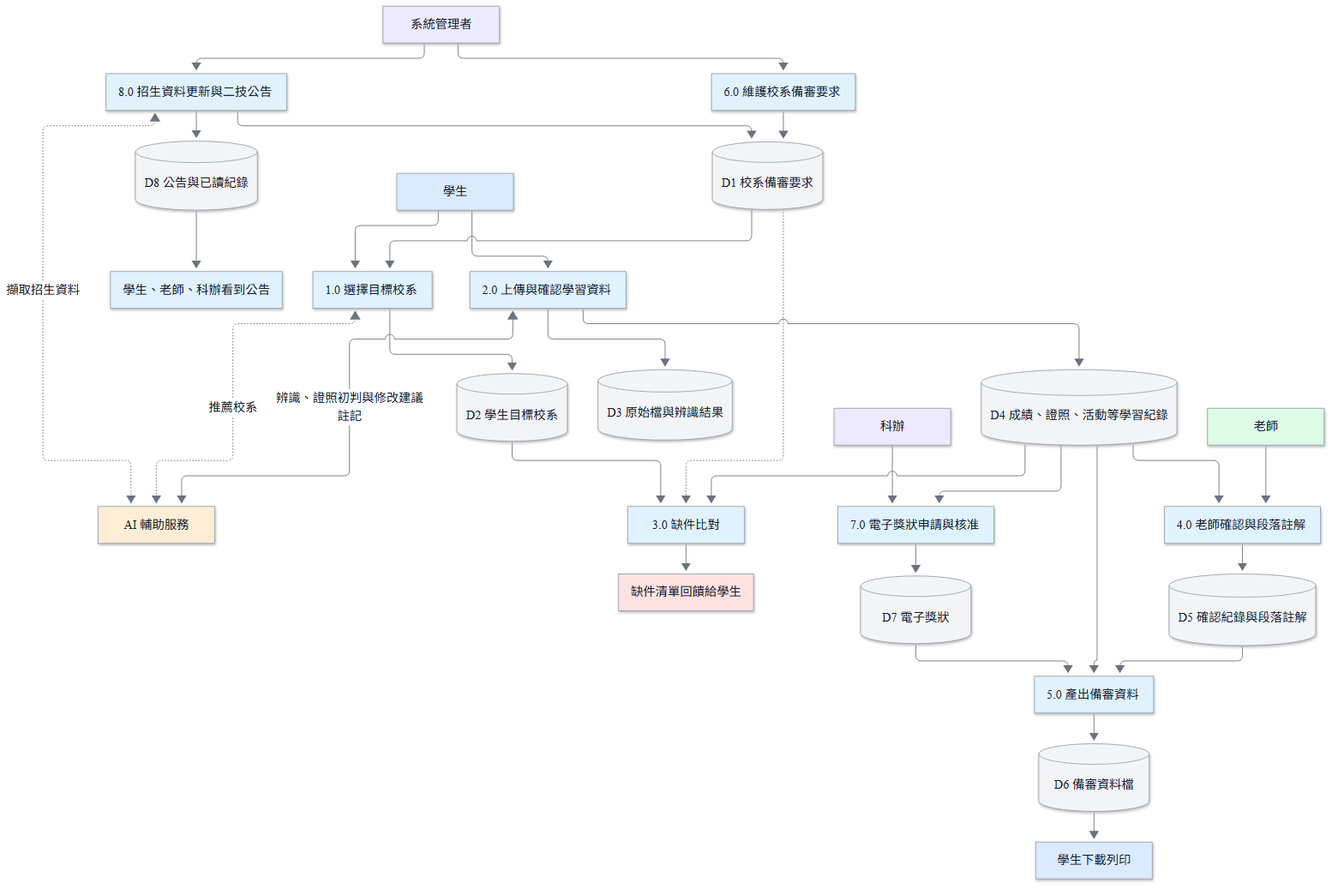
Earlier version of the Mermaid export docs/images/D-06-dfd.png (vujhdcusa/1028). Its source is kept beside it as docs/images/D-06-dfd.mmd.
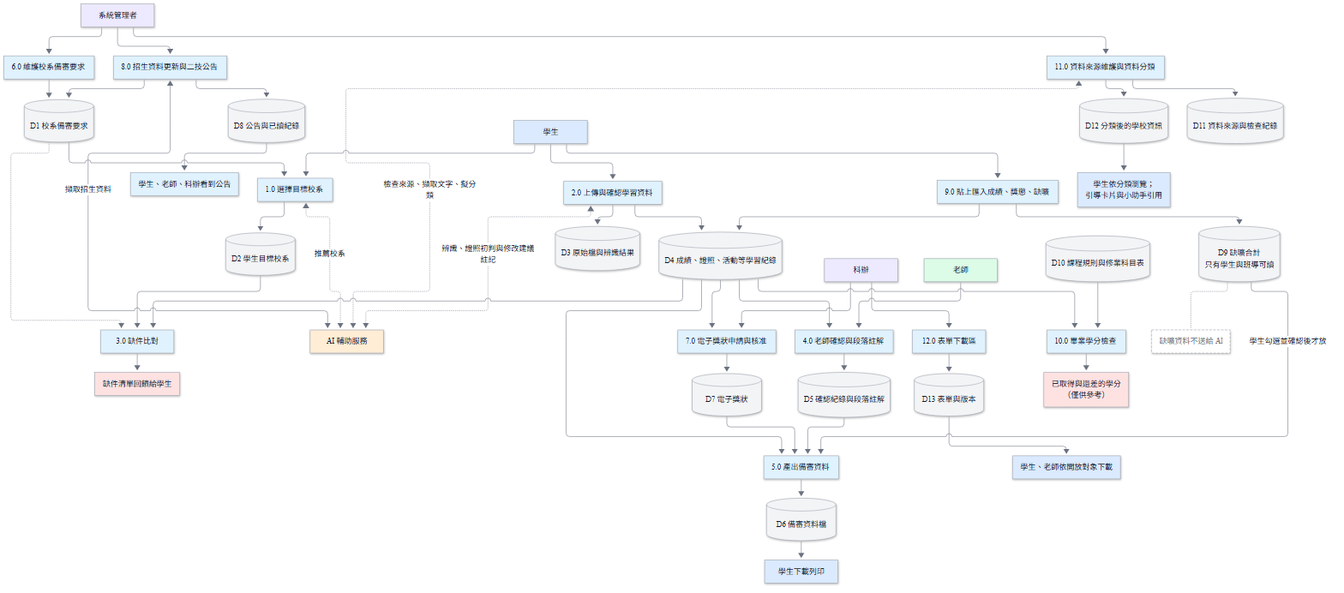
Above is the later version.

Diff of the diagram source:
```diff
@@ -39,3 +39,19 @@
     P8 --> D1
     P8 --> D8[(D8 公告與已讀紀錄)]:::store
     D8 --> Notice[學生、老師、科辦看到公告]:::system
+    Student --> P9[9.0 貼上匯入成績、獎懲、缺曠]:::system
+    P9 --> D4
+    P9 --> D9[(D9 缺曠合計<br/>只有學生與班導可讀)]:::store
+    D9 -. 學生勾選並確認後才放 .-> P5
+    D9 -.- NoAI[缺曠資料不送給 AI]:::pending
+    D4 --> P10[10.0 畢業學分檢查]:::system
+    D10[(D10 課程規則與修業科目表)]:::store --> P10
+    P10 --> Credit[已取得與還差的學分<br/>（僅供參考）]:::alert
+    Admin --> P11[11.0 資料來源維護與資料分類]:::system
+    P11 <-. 檢查來源、擷取文字、擬分類 .-> AI
+    P11 --> D11[(D11 資料來源與檢查紀錄)]:::store
+    P11 --> D12[(D12 分類後的學校資訊)]:::store
+    D12 --> Browse[學生依分類瀏覽；<br/>引導卡片與小助手引用]:::student
+    Staff --> P12[12.0 表單下載區]:::system
+    P12 --> D13[(D13 表單與版本)]:::store
+    D13 --> FormDL[學生、老師依開放對象下載]:::student
```
